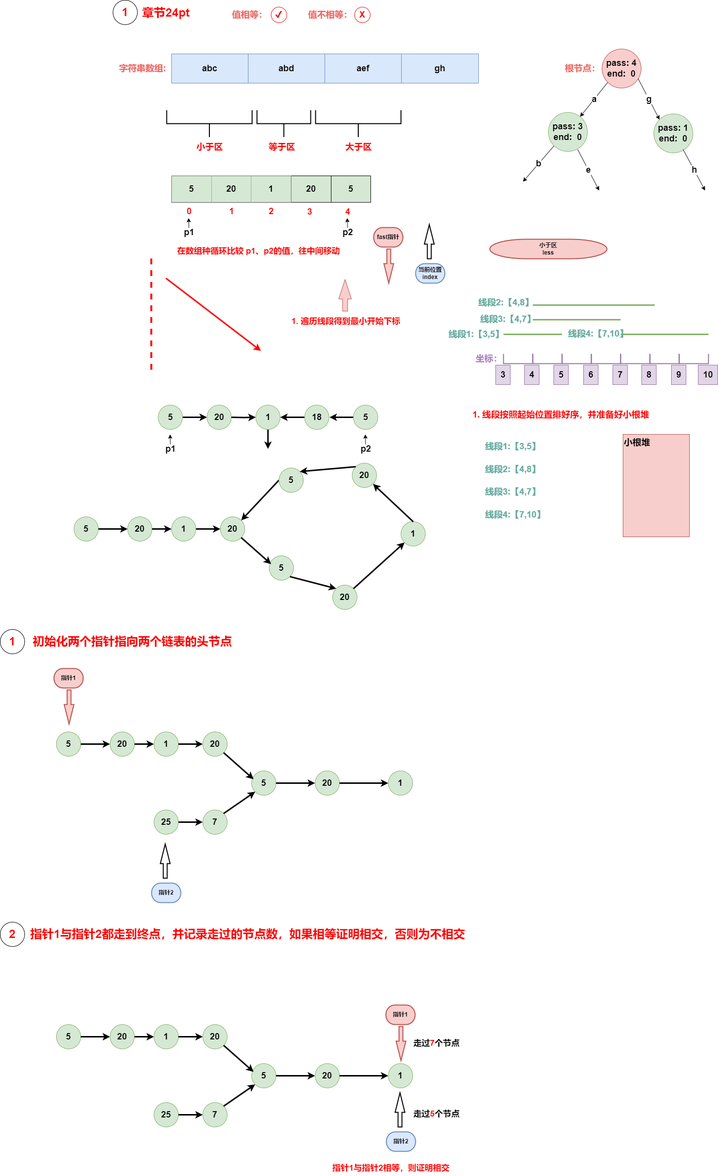
Earlier version of the draw.io export algrithem/style_composite.drawio.png (muxicode/c153080686). Source tidied: cells renumbered, new cells last; positions are measured from the earlier drawing's top-left corner, leaving out a move shared by most shapes.
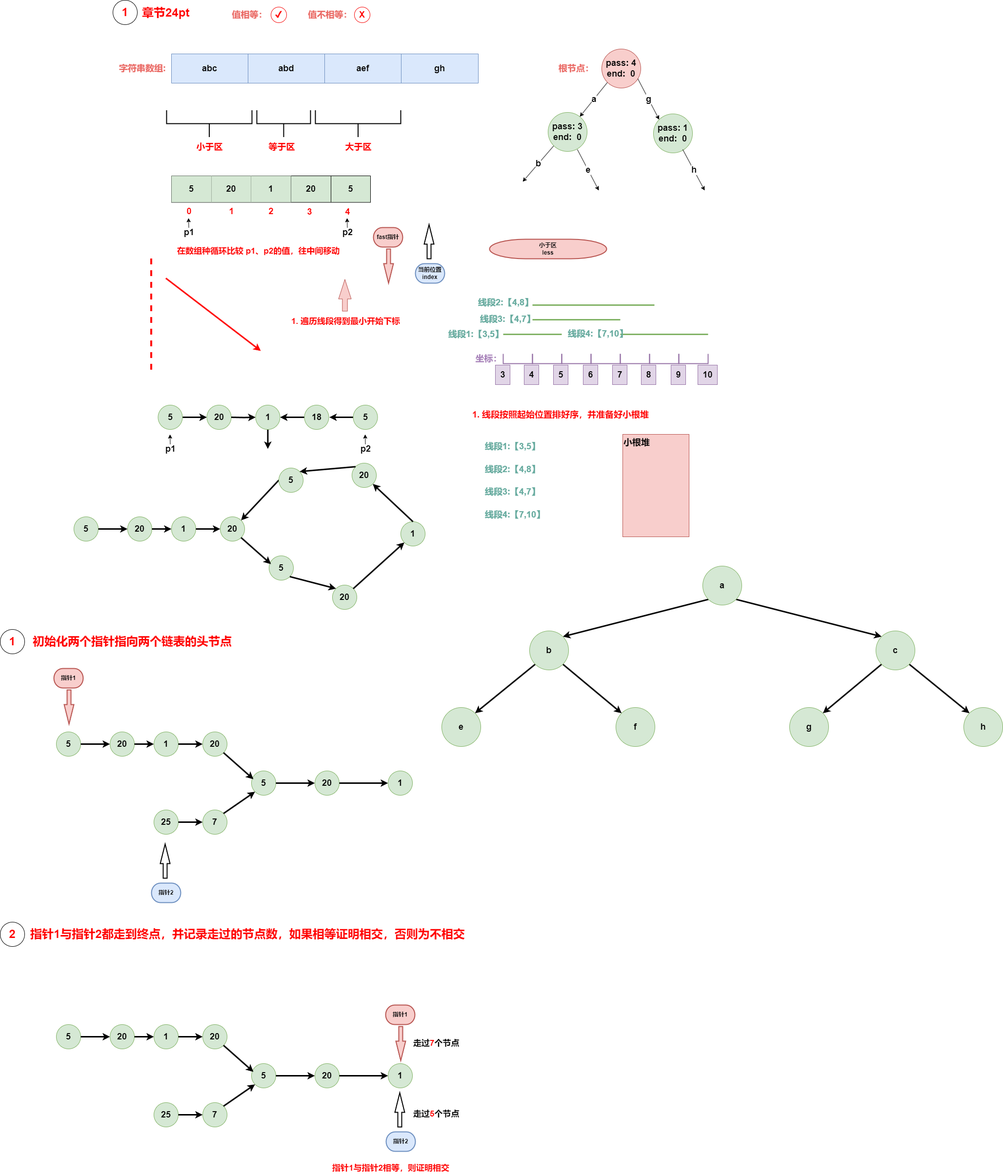
After the change.

The edit, as a diff of the source:
```diff
@@ -37,7 +37,7 @@
     <mxCell id="12" value="&lt;span style=&quot;font-size: 18px;&quot;&gt;&lt;b style=&quot;font-size: 18px;&quot;&gt;pass: 3&lt;br style=&quot;font-size: 18px;&quot;&gt;end:&amp;nbsp; 0&lt;/b&gt;&lt;br style=&quot;font-size: 18px;&quot;&gt;&lt;/span&gt;" style="ellipse;whiteSpace=wrap;html=1;fillColor=#d5e8d4;strokeColor=#82b366;fontSize=18;" parent="1" vertex="1">
       <mxGeometry x="1123" y="230" width="80" height="80" as="geometry" />
     </mxCell>
-    <mxCell id="13" value="&lt;font color=&quot;#ea6b66&quot; style=&quot;font-size: 18px;&quot;&gt;&lt;b style=&quot;font-size: 18px;&quot;&gt;根节点：&lt;/b&gt;&lt;/font&gt;" style="text;html=1;align=center;verticalAlign=middle;strokeColor=none;fillColor=none;fontSize=18;" parent="1" vertex="1">
+    <mxCell id="13" value="&lt;font color=&quot;#ea6b66&quot; style=&quot;font-size: 18px;&quot;&gt;&lt;b style=&quot;font-size: 18px;&quot;&gt;根节点：&lt;/b&gt;&lt;/font&gt;" style="text;html=1;align=left;verticalAlign=middle;strokeColor=none;fillColor=none;fontSize=18;" parent="1" vertex="1">
       <mxGeometry x="1143" y="120" width="100" height="40" as="geometry" />
     </mxCell>
     <mxCell id="14" value="&lt;font style=&quot;font-size: 18px;&quot;&gt;&lt;b style=&quot;font-size: 18px;&quot;&gt;e&lt;/b&gt;&lt;/font&gt;" style="rounded=0;orthogonalLoop=1;jettySize=auto;html=1;exitX=1;exitY=1;exitDx=0;exitDy=0;entryX=0;entryY=0;entryDx=0;entryDy=0;fontSize=18;" parent="1" edge="1">
@@ -552,5 +552,44 @@
     <mxCell id="169" value="走过&lt;font color=&quot;#ff0000&quot;&gt;7&lt;/font&gt;个节点" style="text;html=1;align=left;verticalAlign=middle;strokeColor=none;fillColor=none;fontStyle=1;fontSize=17;" parent="143" vertex="1">
       <mxGeometry x="845" y="234" width="120" height="30" as="geometry" />
     </mxCell>
+    <mxCell id="170" style="rounded=0;jettySize=auto;html=1;exitX=0;exitY=1;exitDx=0;exitDy=0;entryX=1;entryY=0;entryDx=0;entryDy=0;strokeWidth=3;" parent="1" edge="1" source="172" target="175">
+      <mxGeometry relative="1" as="geometry" />
+    </mxCell>
+    <mxCell id="171" style="rounded=0;jettySize=auto;html=1;exitX=1;exitY=1;exitDx=0;exitDy=0;entryX=0;entryY=0;entryDx=0;entryDy=0;strokeWidth=3;" parent="1" edge="1" source="172" target="178">
+      <mxGeometry relative="1" as="geometry" />
+    </mxCell>
+    <mxCell id="172" value="&lt;span style=&quot;font-size: 18px;&quot;&gt;&lt;b&gt;a&lt;/b&gt;&lt;br style=&quot;font-size: 18px;&quot;&gt;&lt;/span&gt;" style="ellipse;whiteSpace=wrap;html=1;fillColor=#d5e8d4;strokeColor=#82b366;fontSize=18;" parent="1" vertex="1">
+      <mxGeometry x="1440" y="1160" width="80" height="80" as="geometry" />
+    </mxCell>
+    <mxCell id="173" style="rounded=0;jettySize=auto;html=1;exitX=0;exitY=1;exitDx=0;exitDy=0;entryX=1;entryY=0;entryDx=0;entryDy=0;strokeWidth=3;" parent="1" edge="1" source="175" target="179">
+      <mxGeometry relative="1" as="geometry" />
+    </mxCell>
+    <mxCell id="174" style="rounded=0;jettySize=auto;html=1;exitX=1;exitY=1;exitDx=0;exitDy=0;entryX=0;entryY=0;entryDx=0;entryDy=0;strokeWidth=3;" parent="1" edge="1" source="175" target="180">
+      <mxGeometry relative="1" as="geometry" />
+    </mxCell>
+    <mxCell id="175" value="&lt;span style=&quot;font-size: 18px;&quot;&gt;&lt;b&gt;b&lt;/b&gt;&lt;br style=&quot;font-size: 18px;&quot;&gt;&lt;/span&gt;" style="ellipse;whiteSpace=wrap;html=1;fillColor=#d5e8d4;strokeColor=#82b366;fontSize=18;" parent="1" vertex="1">
+      <mxGeometry x="1085" y="1293" width="80" height="80" as="geometry" />
+    </mxCell>
+    <mxCell id="176" style="rounded=0;jettySize=auto;html=1;exitX=0;exitY=1;exitDx=0;exitDy=0;entryX=1;entryY=0;entryDx=0;entryDy=0;strokeWidth=3;" parent="1" edge="1" source="178" target="181">
+      <mxGeometry relative="1" as="geometry" />
+    </mxCell>
+    <mxCell id="177" style="rounded=0;jettySize=auto;html=1;exitX=1;exitY=1;exitDx=0;exitDy=0;entryX=0;entryY=0;entryDx=0;entryDy=0;strokeWidth=3;" parent="1" edge="1" source="178" target="182">
+      <mxGeometry relative="1" as="geometry" />
+    </mxCell>
+    <mxCell id="178" value="&lt;span style=&quot;font-size: 18px;&quot;&gt;&lt;b&gt;c&lt;/b&gt;&lt;br style=&quot;font-size: 18px;&quot;&gt;&lt;/span&gt;" style="ellipse;whiteSpace=wrap;html=1;fillColor=#d5e8d4;strokeColor=#82b366;fontSize=18;" parent="1" vertex="1">
+      <mxGeometry x="1795" y="1293" width="80" height="80" as="geometry" />
+    </mxCell>
+    <mxCell id="179" value="&lt;span style=&quot;font-size: 18px;&quot;&gt;&lt;b&gt;e&lt;/b&gt;&lt;br style=&quot;font-size: 18px;&quot;&gt;&lt;/span&gt;" style="ellipse;whiteSpace=wrap;html=1;fillColor=#d5e8d4;strokeColor=#82b366;fontSize=18;" parent="1" vertex="1">
+      <mxGeometry x="905" y="1450" width="80" height="80" as="geometry" />
+    </mxCell>
+    <mxCell id="180" value="&lt;span style=&quot;font-size: 18px;&quot;&gt;&lt;b&gt;f&lt;/b&gt;&lt;br style=&quot;font-size: 18px;&quot;&gt;&lt;/span&gt;" style="ellipse;whiteSpace=wrap;html=1;fillColor=#d5e8d4;strokeColor=#82b366;fontSize=18;" parent="1" vertex="1">
+      <mxGeometry x="1262" y="1450" width="80" height="80" as="geometry" />
+    </mxCell>
+    <mxCell id="181" value="&lt;span style=&quot;font-size: 18px;&quot;&gt;&lt;b&gt;g&lt;/b&gt;&lt;br style=&quot;font-size: 18px;&quot;&gt;&lt;/span&gt;" style="ellipse;whiteSpace=wrap;html=1;fillColor=#d5e8d4;strokeColor=#82b366;fontSize=18;" parent="1" vertex="1">
+      <mxGeometry x="1618" y="1450" width="80" height="80" as="geometry" />
+    </mxCell>
+    <mxCell id="182" value="&lt;span style=&quot;font-size: 18px;&quot;&gt;&lt;b&gt;h&lt;/b&gt;&lt;br style=&quot;font-size: 18px;&quot;&gt;&lt;/span&gt;" style="ellipse;whiteSpace=wrap;html=1;fillColor=#d5e8d4;strokeColor=#82b366;fontSize=18;" parent="1" vertex="1">
+      <mxGeometry x="1975" y="1450" width="80" height="80" as="geometry" />
+    </mxCell>
   </root>
 </mxGraphModel>
```
